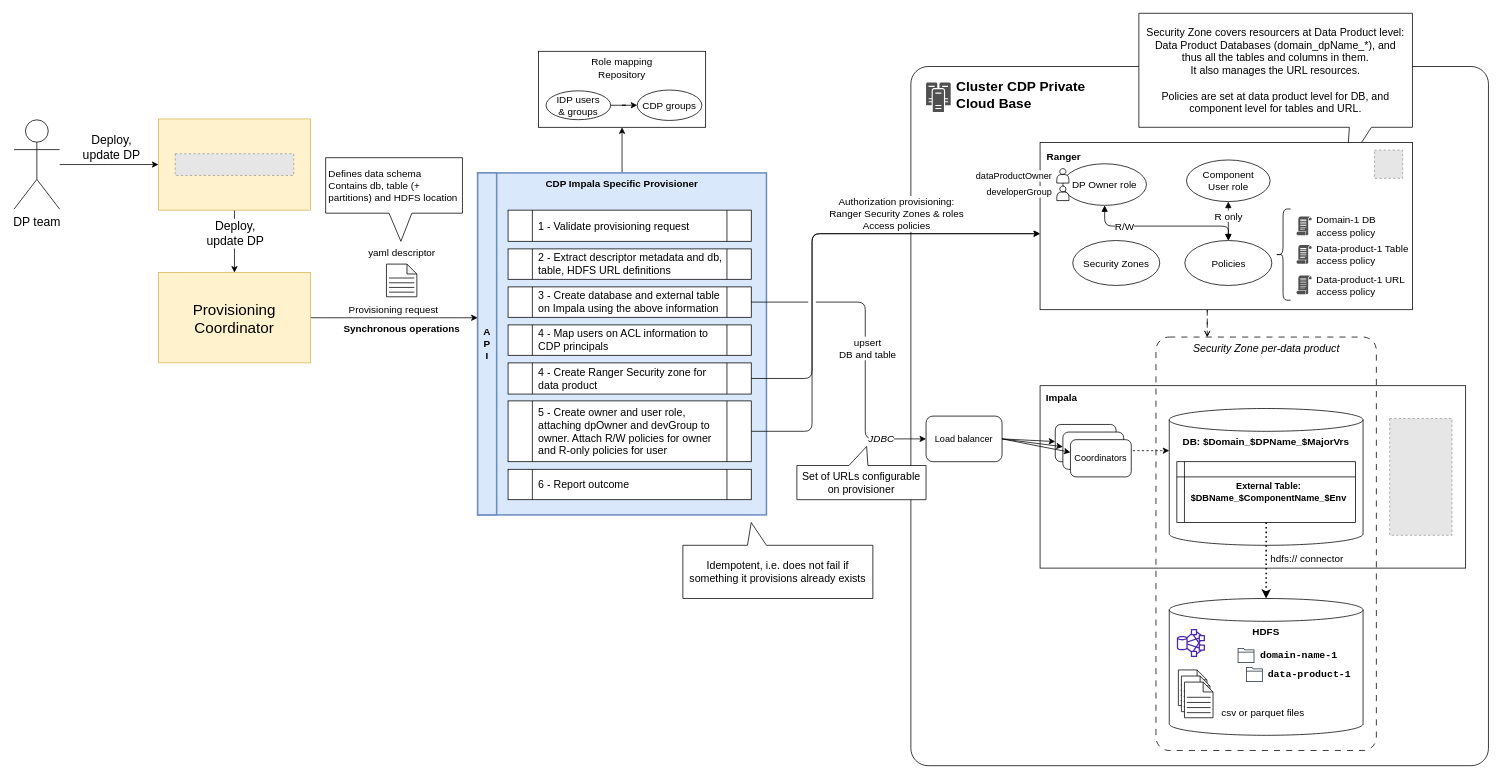
Above: page "Private - Provisioning" (4 of 6) of docs/hld.drawio in agile-lab-dev/witboost-cdp-impala-specific-provisioner (draw.io), before the change. Source tidied: cells renumbered, new cells numbered last; positions are measured from the earlier drawing's top-left corner, leaving out a move shared by most shapes. Both pictures are drawn from the tidied source at 76%, with x=0, y=0 at pixel (14, 13). Pictures stored in the file or linked from it are replaced by grey dashed boxes.
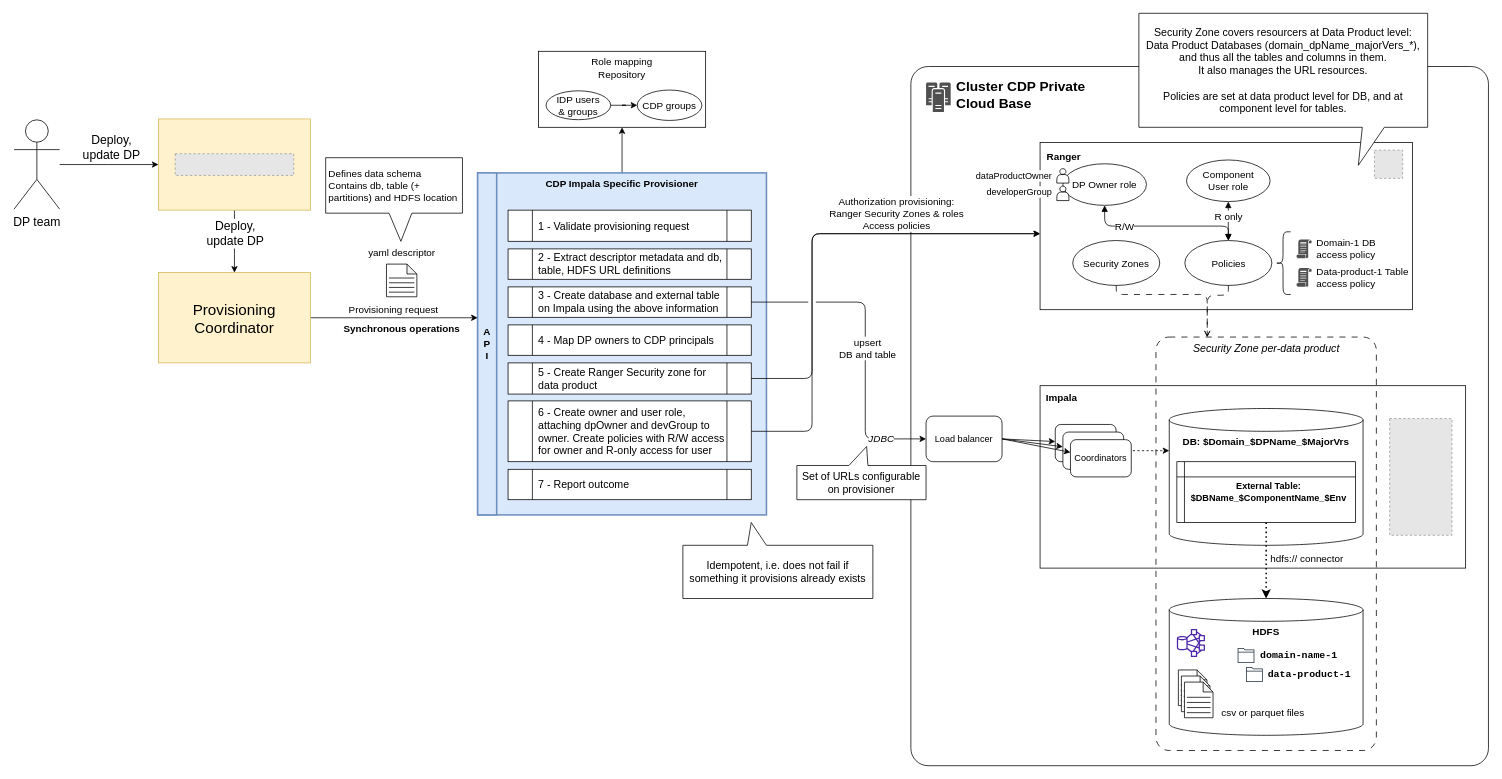
Above is the later version.

The change refers to these unchanged cells:
```xml
<mxCell id="75" value="Security Zone per-data product" style="rounded=1;whiteSpace=wrap;html=1;fillColor=none;dashed=1;arcSize=6;verticalAlign=top;fontStyle=2;fontSize=14;strokeWidth=1;dashPattern=8 8;" parent="1" vertex="1">
  <mxGeometry x="1502.5" y="426" width="290" height="544" as="geometry" />
</mxCell>
<mxCell id="92" style="group;" parent="1" vertex="1">
  <mxGeometry x="1260" y="170" width="591.5" height="220" as="geometry" />
</mxCell>
<mxCell id="96" value="Security Zones" style="ellipse;whiteSpace=wrap;html=1;fontSize=13;" parent="92" vertex="1">
  <mxGeometry x="133" y="129" width="114.5" height="59.1" as="geometry" />
</mxCell>
<mxCell id="97" value="Policies" style="ellipse;whiteSpace=wrap;html=1;fontSize=13;" parent="92" vertex="1">
  <mxGeometry x="280.5" y="129" width="114.5" height="59.1" as="geometry" />
</mxCell>
```

Change to the diagram source:
```diff
@@
-    <mxCell id="10" style="edgeStyle=orthogonalEdgeStyle;rounded=1;jettySize=auto;html=1;dashed=1;dashPattern=8 8;fontSize=13;endArrow=open;endFill=0;exitX=0.5;exitY=1;exitDx=0;exitDy=0;" parent="1" edge="1" source="96" target="75">
-      <mxGeometry relative="1" as="geometry">
-        <Array as="points">
-          <mxPoint x="1450" y="370" />
-          <mxPoint x="1570" y="370" />
-        </Array>
-      </mxGeometry>
-    </mxCell>
-    <mxCell id="11" style="edgeStyle=orthogonalEdgeStyle;rounded=1;jettySize=auto;html=1;dashed=1;dashPattern=8 8;fontSize=13;endArrow=open;endFill=0;exitX=0.5;exitY=1;exitDx=0;exitDy=0;" parent="1" edge="1" source="97" target="75">
-      <mxGeometry relative="1" as="geometry">
-        <Array as="points">
-          <mxPoint x="1598" y="371" />
-          <mxPoint x="1570" y="371" />
-        </Array>
-      </mxGeometry>
-    </mxCell>
@@
-    <mxCell id="60" value="4 - Create Ranger Security zone for data product" style="shape=process;whiteSpace=wrap;html=1;backgroundOutline=1;align=left;fontSize=14;spacingLeft=6;" parent="1" vertex="1">
+    <mxCell id="60" value="5 - Create Ranger Security zone for data product" style="shape=process;whiteSpace=wrap;html=1;backgroundOutline=1;align=left;fontSize=14;spacingLeft=6;" parent="1" vertex="1">
       <mxGeometry x="650" y="460" width="320" height="41" as="geometry" />
     </mxCell>
@@
-    <mxCell id="62" value="5 - Create owner and user role, attaching dpOwner and devGroup to owner. Attach R/W policies for owner and R-only policies for user" style="shape=process;whiteSpace=wrap;html=1;backgroundOutline=1;align=left;fontSize=14;spacingLeft=6;" parent="1" vertex="1">
+    <mxCell id="62" value="6 - Create owner and user role, attaching dpOwner and devGroup to owner. Create policies with R/W access for owner and R-only access for user" style="shape=process;whiteSpace=wrap;html=1;backgroundOutline=1;align=left;fontSize=14;spacingLeft=6;" parent="1" vertex="1">
       <mxGeometry x="650" y="510" width="320" height="80" as="geometry" />
     </mxCell>
@@
-    <mxCell id="66" value="6 - Report outcome" style="shape=process;whiteSpace=wrap;html=1;backgroundOutline=1;align=left;fontSize=14;spacingLeft=6;" parent="1" vertex="1">
+    <mxCell id="66" value="7 - Report outcome" style="shape=process;whiteSpace=wrap;html=1;backgroundOutline=1;align=left;fontSize=14;spacingLeft=6;" parent="1" vertex="1">
       <mxGeometry x="650" y="600" width="320" height="40" as="geometry" />
     </mxCell>
-    <mxCell id="67" value="4 - Map users on ACL information to CDP principals" style="shape=process;whiteSpace=wrap;html=1;backgroundOutline=1;align=left;fontSize=14;spacingLeft=6;" parent="1" vertex="1">
+    <mxCell id="67" value="4 - Map DP owners to CDP principals" style="shape=process;whiteSpace=wrap;html=1;backgroundOutline=1;align=left;fontSize=14;spacingLeft=6;" parent="1" vertex="1">
       <mxGeometry x="650" y="410" width="320" height="40" as="geometry" />
     </mxCell>
@@
-    <mxCell id="91" value="Security Zone covers resourcers at Data Product level:&lt;br&gt;Data Product Databases (domain_dpName_*), and thus all the tables and columns in them. &lt;br&gt;It also manages the URL resources.&lt;br&gt;&lt;br style=&quot;font-size: 14px;&quot;&gt;Policies are set at data product level for DB, and component level for tables and URL." style="shape=callout;whiteSpace=wrap;html=1;perimeter=calloutPerimeter;flipH=0;spacing=10;size=50;position=0.15;position2=0.24;base=29;flipV=1;direction=west;fontSize=14;" parent="1" vertex="1">
-      <mxGeometry x="1480" width="360" height="200" as="geometry" />
-    </mxCell>
@@
     <mxCell id="100" style="sketch=0;shadow=0;dashed=0;html=1;strokeColor=none;labelPosition=center;verticalLabelPosition=bottom;verticalAlign=top;align=center;fillColor=#505050;shape=mxgraph.mscae.intune.policy;fontSize=13;" parent="92" vertex="1">
-      <mxGeometry x="427.5" y="135" width="20" height="25" as="geometry" />
+      <mxGeometry x="427.5" y="165" width="20" height="25" as="geometry" />
     </mxCell>
     <mxCell id="101" value="Data-product-1 Table&lt;br style=&quot;font-size: 13px;&quot;&gt;access policy" style="text;html=1;align=left;verticalAlign=middle;strokeColor=none;fillColor=none;fontSize=13;" parent="92" vertex="1">
-      <mxGeometry x="451.5" y="127.5" width="140" height="40" as="geometry" />
+      <mxGeometry x="451.5" y="157.5" width="140" height="40" as="geometry" />
     </mxCell>
     <mxCell id="102" style="sketch=0;shadow=0;dashed=0;html=1;strokeColor=none;labelPosition=center;verticalLabelPosition=bottom;verticalAlign=top;align=center;fillColor=#505050;shape=mxgraph.mscae.intune.policy;fontSize=13;" parent="92" vertex="1">
-      <mxGeometry x="427.5" y="97.5" width="20" height="25" as="geometry" />
+      <mxGeometry x="427.5" y="127.5" width="20" height="25" as="geometry" />
     </mxCell>
     <mxCell id="103" value="Domain-1 DB&lt;br style=&quot;font-size: 13px;&quot;&gt;access policy" style="text;html=1;align=left;verticalAlign=middle;strokeColor=none;fillColor=none;fontSize=13;" parent="92" vertex="1">
-      <mxGeometry x="451.5" y="90" width="100" height="40" as="geometry" />
+      <mxGeometry x="451.5" y="120" width="100" height="40" as="geometry" />
     </mxCell>
-    <mxCell id="104" style="sketch=0;shadow=0;dashed=0;html=1;strokeColor=none;labelPosition=center;verticalLabelPosition=bottom;verticalAlign=top;align=center;fillColor=#505050;shape=mxgraph.mscae.intune.policy;fontSize=13;" parent="92" vertex="1">
-      <mxGeometry x="427.5" y="175" width="20" height="25" as="geometry" />
-    </mxCell>
-    <mxCell id="105" value="Data-product-1 URL&lt;br style=&quot;font-size: 13px;&quot;&gt;access policy" style="text;html=1;align=left;verticalAlign=middle;strokeColor=none;fillColor=none;fontSize=13;" parent="92" vertex="1">
-      <mxGeometry x="451.5" y="167.5" width="140" height="40" as="geometry" />
-    </mxCell>
     <mxCell id="106" style="shape=curlyBracket;whiteSpace=wrap;html=1;rounded=1;labelPosition=left;verticalLabelPosition=middle;align=right;verticalAlign=middle;fontSize=13;size=0.5;" parent="92" vertex="1">
-      <mxGeometry x="399.7" y="87.5" width="20" height="120" as="geometry" />
+      <mxGeometry x="399.7" y="117.5" width="20" height="82.5" as="geometry" />
     </mxCell>
@@
+    <mxCell id="91" value="Security Zone covers resourcers at Data Product level:&lt;br&gt;Data Product Databases (domain_dpName_majorVers_*), and thus all the tables and columns in them. &lt;br&gt;It also manages the URL resources.&lt;br&gt;&lt;br style=&quot;font-size: 14px;&quot;&gt;Policies are set at data product level for DB, and at component level for tables." style="shape=callout;whiteSpace=wrap;html=1;perimeter=calloutPerimeter;flipH=0;spacing=10;size=50;position=0.15;position2=0.24;base=29;flipV=1;direction=west;fontSize=14;" parent="1" vertex="1">
+      <mxGeometry x="1480" width="380" height="200" as="geometry" />
+    </mxCell>
+    <mxCell id="11" style="edgeStyle=orthogonalEdgeStyle;rounded=1;jettySize=auto;html=1;dashed=1;dashPattern=8 8;fontSize=13;endArrow=open;endFill=0;exitX=0.5;exitY=1;exitDx=0;exitDy=0;" parent="1" edge="1" source="97" target="75">
+      <mxGeometry relative="1" as="geometry">
+        <Array as="points">
+          <mxPoint x="1598" y="371" />
+          <mxPoint x="1570" y="371" />
+        </Array>
+      </mxGeometry>
+    </mxCell>
+    <mxCell id="10" style="edgeStyle=orthogonalEdgeStyle;rounded=1;jettySize=auto;html=1;dashed=1;dashPattern=8 8;fontSize=13;endArrow=open;endFill=0;exitX=0.5;exitY=1;exitDx=0;exitDy=0;" parent="1" edge="1" source="96" target="75">
+      <mxGeometry relative="1" as="geometry">
+        <Array as="points">
+          <mxPoint x="1450" y="370" />
+          <mxPoint x="1570" y="370" />
+        </Array>
+      </mxGeometry>
+    </mxCell>
```
